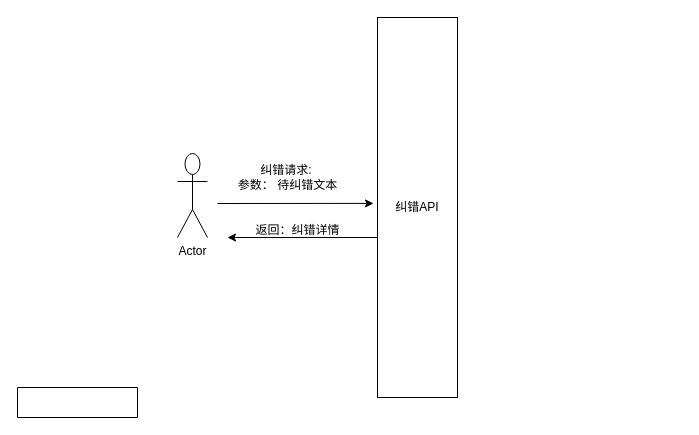
vigorous2008/piggo keeps this draw.io diagram as 未命名绘图.drawio. Above is the earlier version. Source tidied: cells renumbered, new cells numbered last; positions are measured from the earlier drawing's top-left corner, leaving out a move shared by most shapes. Both pictures are drawn from the tidied source at 100%, with x=0, y=0 at pixel (17, 17).
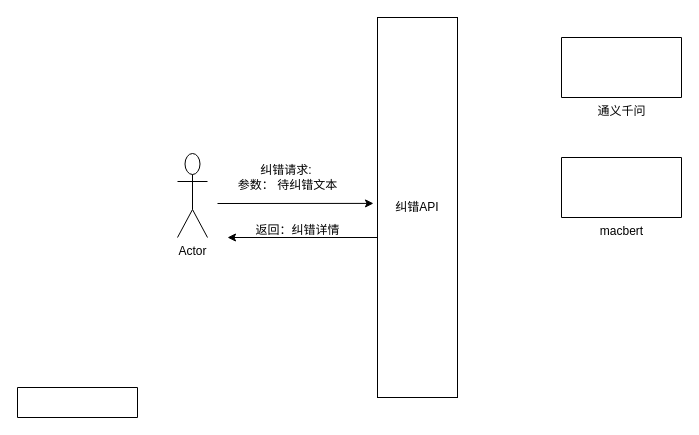
The same page after the edit.

Change to the diagram source:
```diff
@@
 <mxGraphModel>
   <root>
     <mxCell id="0" />
     <mxCell id="1" parent="0" />
     <mxCell id="2" value="Actor" style="shape=umlActor;verticalLabelPosition=bottom;verticalAlign=top;html=1;" parent="1" vertex="1">
       <mxGeometry x="160" y="136" width="30" height="84" as="geometry" />
     </mxCell>
     <mxCell id="3" style="verticalLabelPosition=bottom;verticalAlign=top;html=1;shape=mxgraph.basic.rect;fillColor2=none;strokeWidth=1;size=20;indent=5;" parent="1" vertex="1">
       <mxGeometry y="370" width="120" height="30" as="geometry" />
     </mxCell>
     <mxCell id="4" value="纠错API" style="rounded=0;whiteSpace=wrap;html=1;" parent="1" vertex="1">
       <mxGeometry x="360" width="80" height="380" as="geometry" />
     </mxCell>
     <mxCell id="5" style="endArrow=classic;html=1;rounded=0;entryX=-0.05;entryY=0.476;entryDx=0;entryDy=0;entryPerimeter=0;" parent="1" edge="1">
       <mxGeometry relative="1" as="geometry">
         <mxPoint x="200" y="186" as="sourcePoint" />
         <mxPoint x="356" y="185.9" as="targetPoint" />
       </mxGeometry>
     </mxCell>
     <mxCell id="6" style="endArrow=classic;html=1;rounded=0;" parent="1" edge="1">
       <mxGeometry relative="1" as="geometry">
         <mxPoint x="360" y="220" as="sourcePoint" />
         <mxPoint x="210" y="220" as="targetPoint" />
       </mxGeometry>
     </mxCell>
     <mxCell id="7" value="纠错请求:&amp;nbsp;&lt;br&gt;参数： 待纠错文本" style="text;html=1;align=center;verticalAlign=middle;strokeColor=none;fillColor=none;" parent="1" vertex="1">
       <mxGeometry x="210" y="140" width="120" height="40" as="geometry" />
     </mxCell>
     <mxCell id="8" value="返回：纠错详情" style="text;html=1;align=center;verticalAlign=middle;strokeColor=none;fillColor=none;" parent="1" vertex="1">
       <mxGeometry x="225" y="198" width="110" height="30" as="geometry" />
     </mxCell>
+    <mxCell id="9" value="通义千问" style="verticalLabelPosition=bottom;verticalAlign=top;html=1;shape=mxgraph.basic.rect;fillColor2=none;strokeWidth=1;size=20;indent=5;" parent="1" vertex="1">
+      <mxGeometry x="544" y="20" width="120" height="60" as="geometry" />
+    </mxCell>
+    <mxCell id="10" value="macbert" style="verticalLabelPosition=bottom;verticalAlign=top;html=1;shape=mxgraph.basic.rect;fillColor2=none;strokeWidth=1;size=20;indent=5;" parent="1" vertex="1">
+      <mxGeometry x="544" y="140" width="120" height="60" as="geometry" />
+    </mxCell>
   </root>
 </mxGraphModel>
```
